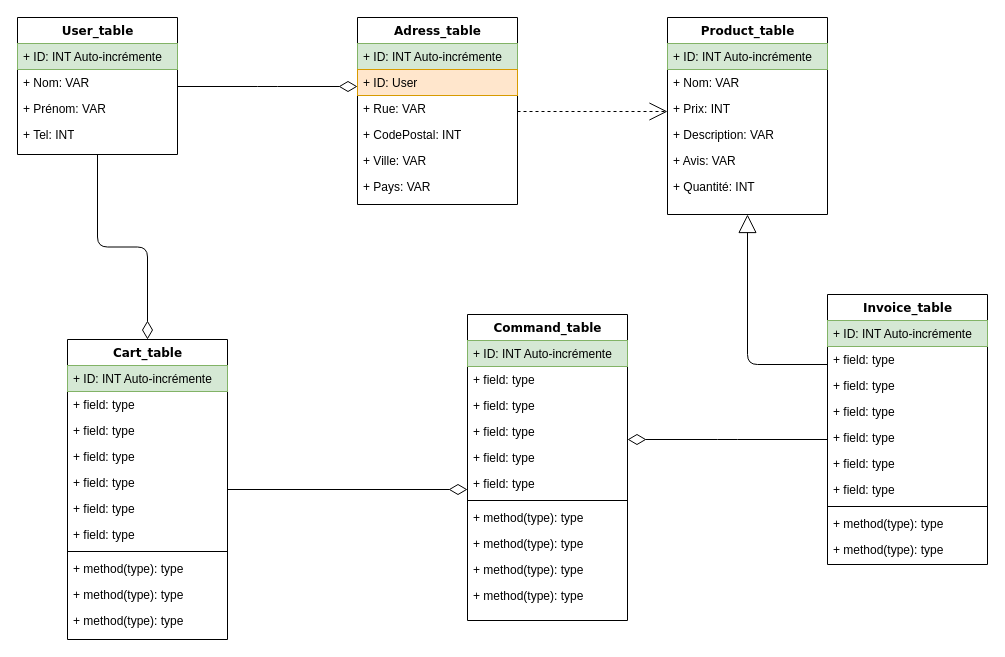
Earlier version of the draw.io diagram E-commerce.drawio (net2315/e-commerce-SQL). Source tidied: cells renumbered, new cells numbered last; positions are measured from the earlier drawing's top-left corner, leaving out a move shared by most shapes. Both pictures are drawn from the tidied source at 100%, with x=0, y=0 at pixel (17, 17).
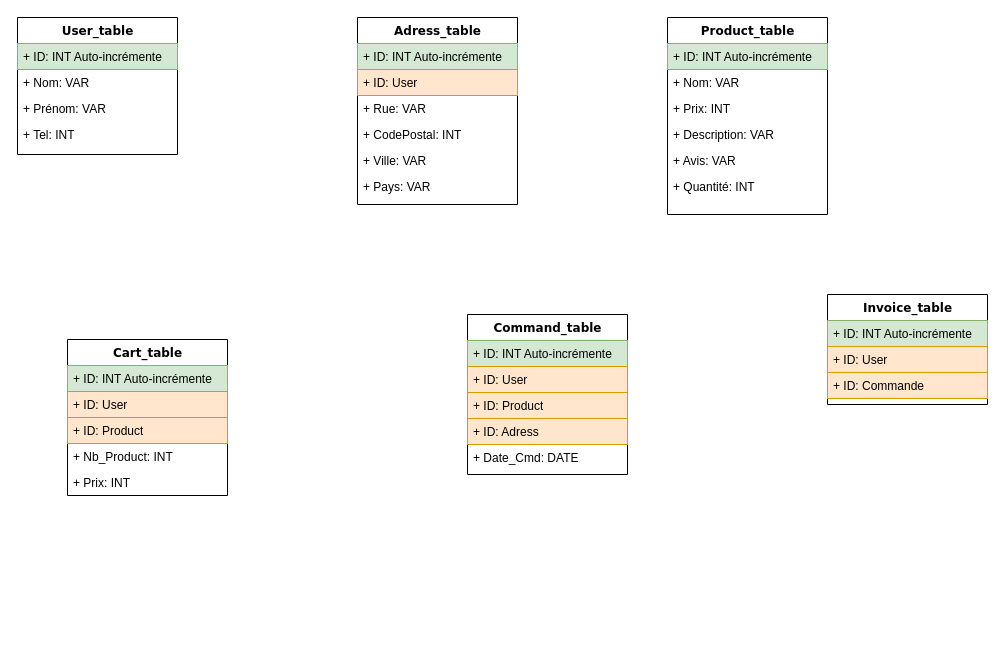
Above is the later version.

Commit message:
Finish tabble

Unchanged cells that the change refers to:
```xml
<mxCell id="3" value="User_table" style="swimlane;html=1;fontStyle=1;align=center;verticalAlign=top;horizontal=1;startSize=26;swimlaneFillColor=#ffffff;rounded=0;shadow=0;comic=0;labelBackgroundColor=none;strokeWidth=1;fillColor=none;fontFamily=Verdana;fontSize=12;" parent="1" vertex="1">
  <mxGeometry width="160" height="137" as="geometry" />
</mxCell>
<mxCell id="9" value="Adress_table" style="swimlane;html=1;fontStyle=1;align=center;verticalAlign=top;horizontal=1;startSize=26;swimlaneFillColor=#ffffff;rounded=0;shadow=0;comic=0;labelBackgroundColor=none;strokeWidth=1;fillColor=none;fontFamily=Verdana;fontSize=12;" parent="1" vertex="1">
  <mxGeometry x="340" width="160" height="187" as="geometry" />
</mxCell>
<mxCell id="16" value="Product_table" style="swimlane;html=1;fontStyle=1;align=center;verticalAlign=top;horizontal=1;startSize=26;swimlaneFillColor=#ffffff;rounded=0;shadow=0;comic=0;labelBackgroundColor=none;strokeWidth=1;fillColor=none;fontFamily=Verdana;fontSize=12;" parent="1" vertex="1">
  <mxGeometry x="650" width="160" height="197" as="geometry" />
</mxCell>
```

Change to the diagram source:
```diff
@@
-    <mxCell id="2" style="edgeStyle=orthogonalEdgeStyle;html=1;labelBackgroundColor=none;startFill=0;startSize=8;endArrow=diamondThin;endFill=0;endSize=16;fontFamily=Verdana;fontSize=12;" parent="1" edge="1" source="50" target="24">
-      <mxGeometry relative="1" as="geometry">
-        <Array as="points">
-          <mxPoint x="50" y="347" />
-          <mxPoint x="300" y="347" />
-        </Array>
-      </mxGeometry>
-    </mxCell>
@@
-    <mxCell id="8" style="edgeStyle=elbowEdgeStyle;html=1;labelBackgroundColor=none;startFill=0;startSize=8;endArrow=open;endFill=0;endSize=16;fontFamily=Verdana;fontSize=12;elbow=vertical;dashed=1;" parent="1" edge="1" source="9" target="16">
-      <mxGeometry relative="1" as="geometry" />
-    </mxCell>
@@
-    <mxCell id="23" style="edgeStyle=elbowEdgeStyle;html=1;labelBackgroundColor=none;startFill=0;startSize=8;endArrow=diamondThin;endFill=0;endSize=16;fontFamily=Verdana;fontSize=12;elbow=vertical;" parent="1" edge="1" source="37" target="24">
-      <mxGeometry relative="1" as="geometry" />
-    </mxCell>
     <mxCell id="24" value="Command_table" style="swimlane;html=1;fontStyle=1;align=center;verticalAlign=top;horizontal=1;startSize=26;swimlaneFillColor=#ffffff;rounded=0;shadow=0;comic=0;labelBackgroundColor=none;strokeWidth=1;fillColor=none;fontFamily=Verdana;fontSize=12;" parent="1" vertex="1">
-      <mxGeometry x="450" y="297" width="160" height="306" as="geometry" />
+      <mxGeometry x="450" y="297" width="160" height="160" as="geometry" />
     </mxCell>
@@
-    <mxCell id="26" value="+ field: type" style="text;html=1;strokeColor=none;fillColor=none;align=left;verticalAlign=top;spacingLeft=4;spacingRight=4;whiteSpace=wrap;overflow=hidden;" parent="24" vertex="1">
-      <mxGeometry y="52" width="160" height="26" as="geometry" />
-    </mxCell>
+    <mxCell id="62" value="+ ID: User" style="text;html=1;strokeColor=#d79b00;fillColor=#ffe6cc;align=left;verticalAlign=top;spacingLeft=4;spacingRight=4;whiteSpace=wrap;overflow=hidden;" parent="24" vertex="1">
+      <mxGeometry y="52" width="160" height="26" as="geometry" />
+    </mxCell>
+    <mxCell id="63" value="+ ID: Product" style="text;html=1;strokeColor=#d79b00;fillColor=#ffe6cc;align=left;verticalAlign=top;spacingLeft=4;spacingRight=4;whiteSpace=wrap;overflow=hidden;" parent="24" vertex="1">
+      <mxGeometry y="78" width="160" height="26" as="geometry" />
+    </mxCell>
-    <mxCell id="27" value="+ field: type" style="text;html=1;strokeColor=none;fillColor=none;align=left;verticalAlign=top;spacingLeft=4;spacingRight=4;whiteSpace=wrap;overflow=hidden;" parent="24" vertex="1">
-      <mxGeometry y="78" width="160" height="26" as="geometry" />
+    <mxCell id="27" value="+ ID: Adress" style="text;html=1;strokeColor=#d79b00;fillColor=#ffe6cc;align=left;verticalAlign=top;spacingLeft=4;spacingRight=4;whiteSpace=wrap;overflow=hidden;" parent="24" vertex="1">
+      <mxGeometry y="104" width="160" height="26" as="geometry" />
     </mxCell>
-    <mxCell id="28" value="+ field: type" style="text;html=1;strokeColor=none;fillColor=none;align=left;verticalAlign=top;spacingLeft=4;spacingRight=4;whiteSpace=wrap;overflow=hidden;" parent="24" vertex="1">
-      <mxGeometry y="104" width="160" height="26" as="geometry" />
-    </mxCell>
-    <mxCell id="29" value="+ field: type" style="text;html=1;strokeColor=none;fillColor=none;align=left;verticalAlign=top;spacingLeft=4;spacingRight=4;whiteSpace=wrap;overflow=hidden;" parent="24" vertex="1">
+    <mxCell id="29" value="+ Date_Cmd: DATE" style="text;html=1;strokeColor=none;fillColor=none;align=left;verticalAlign=top;spacingLeft=4;spacingRight=4;whiteSpace=wrap;overflow=hidden;" parent="24" vertex="1">
       <mxGeometry y="130" width="160" height="26" as="geometry" />
     </mxCell>
-    <mxCell id="30" value="+ field: type" style="text;html=1;strokeColor=none;fillColor=none;align=left;verticalAlign=top;spacingLeft=4;spacingRight=4;whiteSpace=wrap;overflow=hidden;" parent="24" vertex="1">
-      <mxGeometry y="156" width="160" height="26" as="geometry" />
-    </mxCell>
-    <mxCell id="31" style="line;html=1;strokeWidth=1;fillColor=none;align=left;verticalAlign=middle;spacingTop=-1;spacingLeft=3;spacingRight=3;labelPosition=right;" parent="24" vertex="1">
-      <mxGeometry y="182" width="160" height="8" as="geometry" />
-    </mxCell>
-    <mxCell id="32" value="+ method(type): type" style="text;html=1;strokeColor=none;fillColor=none;align=left;verticalAlign=top;spacingLeft=4;spacingRight=4;whiteSpace=wrap;overflow=hidden;" parent="24" vertex="1">
-      <mxGeometry y="190" width="160" height="26" as="geometry" />
-    </mxCell>
-    <mxCell id="33" value="+ method(type): type" style="text;html=1;strokeColor=none;fillColor=none;align=left;verticalAlign=top;spacingLeft=4;spacingRight=4;whiteSpace=wrap;overflow=hidden;" parent="24" vertex="1">
-      <mxGeometry y="216" width="160" height="26" as="geometry" />
-    </mxCell>
-    <mxCell id="34" value="+ method(type): type" style="text;html=1;strokeColor=none;fillColor=none;align=left;verticalAlign=top;spacingLeft=4;spacingRight=4;whiteSpace=wrap;overflow=hidden;" parent="24" vertex="1">
-      <mxGeometry y="242" width="160" height="26" as="geometry" />
-    </mxCell>
-    <mxCell id="35" value="+ method(type): type" style="text;html=1;strokeColor=none;fillColor=none;align=left;verticalAlign=top;spacingLeft=4;spacingRight=4;whiteSpace=wrap;overflow=hidden;" parent="24" vertex="1">
-      <mxGeometry y="268" width="160" height="26" as="geometry" />
-    </mxCell>
-    <mxCell id="36" style="edgeStyle=orthogonalEdgeStyle;html=1;labelBackgroundColor=none;startFill=0;startSize=8;endArrow=block;endFill=0;endSize=16;fontFamily=Verdana;fontSize=12;" parent="1" edge="1" source="37" target="16">
-      <mxGeometry relative="1" as="geometry">
-        <Array as="points">
-          <mxPoint x="730" y="347" />
-        </Array>
-      </mxGeometry>
-    </mxCell>
     <mxCell id="37" value="Invoice_table" style="swimlane;html=1;fontStyle=1;align=center;verticalAlign=top;horizontal=1;startSize=26;swimlaneFillColor=#ffffff;rounded=0;shadow=0;comic=0;labelBackgroundColor=none;strokeWidth=1;fillColor=none;fontFamily=Verdana;fontSize=12;" parent="1" vertex="1">
-      <mxGeometry x="810" y="277" width="160" height="270" as="geometry" />
+      <mxGeometry x="810" y="277" width="160" height="110" as="geometry" />
     </mxCell>
@@
+    <mxCell id="64" value="+ ID: User" style="text;html=1;strokeColor=#d79b00;fillColor=#ffe6cc;align=left;verticalAlign=top;spacingLeft=4;spacingRight=4;whiteSpace=wrap;overflow=hidden;" parent="37" vertex="1">
+      <mxGeometry y="52" width="160" height="26" as="geometry" />
+    </mxCell>
-    <mxCell id="39" value="+ field: type" style="text;html=1;strokeColor=none;fillColor=none;align=left;verticalAlign=top;spacingLeft=4;spacingRight=4;whiteSpace=wrap;overflow=hidden;" parent="37" vertex="1">
-      <mxGeometry y="52" width="160" height="26" as="geometry" />
+    <mxCell id="39" value="+ ID: Commande" style="text;html=1;strokeColor=#d79b00;fillColor=#ffe6cc;align=left;verticalAlign=top;spacingLeft=4;spacingRight=4;whiteSpace=wrap;overflow=hidden;" parent="37" vertex="1">
+      <mxGeometry y="78" width="160" height="26" as="geometry" />
     </mxCell>
-    <mxCell id="40" value="+ field: type" style="text;html=1;strokeColor=none;fillColor=none;align=left;verticalAlign=top;spacingLeft=4;spacingRight=4;whiteSpace=wrap;overflow=hidden;" parent="37" vertex="1">
-      <mxGeometry y="78" width="160" height="26" as="geometry" />
-    </mxCell>
-    <mxCell id="41" value="+ field: type" style="text;html=1;strokeColor=none;fillColor=none;align=left;verticalAlign=top;spacingLeft=4;spacingRight=4;whiteSpace=wrap;overflow=hidden;" parent="37" vertex="1">
-      <mxGeometry y="104" width="160" height="26" as="geometry" />
-    </mxCell>
-    <mxCell id="42" value="+ field: type" style="text;html=1;strokeColor=none;fillColor=none;align=left;verticalAlign=top;spacingLeft=4;spacingRight=4;whiteSpace=wrap;overflow=hidden;" parent="37" vertex="1">
-      <mxGeometry y="130" width="160" height="26" as="geometry" />
-    </mxCell>
-    <mxCell id="43" value="+ field: type" style="text;html=1;strokeColor=none;fillColor=none;align=left;verticalAlign=top;spacingLeft=4;spacingRight=4;whiteSpace=wrap;overflow=hidden;" parent="37" vertex="1">
-      <mxGeometry y="156" width="160" height="26" as="geometry" />
-    </mxCell>
-    <mxCell id="44" value="+ field: type" style="text;html=1;strokeColor=none;fillColor=none;align=left;verticalAlign=top;spacingLeft=4;spacingRight=4;whiteSpace=wrap;overflow=hidden;" parent="37" vertex="1">
-      <mxGeometry y="182" width="160" height="26" as="geometry" />
-    </mxCell>
-    <mxCell id="45" style="line;html=1;strokeWidth=1;fillColor=none;align=left;verticalAlign=middle;spacingTop=-1;spacingLeft=3;spacingRight=3;labelPosition=right;" parent="37" vertex="1">
-      <mxGeometry y="208" width="160" height="8" as="geometry" />
-    </mxCell>
-    <mxCell id="46" value="+ method(type): type" style="text;html=1;strokeColor=none;fillColor=none;align=left;verticalAlign=top;spacingLeft=4;spacingRight=4;whiteSpace=wrap;overflow=hidden;" parent="37" vertex="1">
-      <mxGeometry y="216" width="160" height="26" as="geometry" />
-    </mxCell>
-    <mxCell id="47" value="+ method(type): type" style="text;html=1;strokeColor=none;fillColor=none;align=left;verticalAlign=top;spacingLeft=4;spacingRight=4;whiteSpace=wrap;overflow=hidden;" parent="37" vertex="1">
-      <mxGeometry y="242" width="160" height="26" as="geometry" />
-    </mxCell>
-    <mxCell id="48" style="edgeStyle=elbowEdgeStyle;html=1;labelBackgroundColor=none;startFill=0;startSize=8;endArrow=diamondThin;endFill=0;endSize=16;fontFamily=Verdana;fontSize=12;elbow=vertical;" parent="1" edge="1" source="3" target="9">
-      <mxGeometry relative="1" as="geometry" />
-    </mxCell>
-    <mxCell id="49" style="edgeStyle=orthogonalEdgeStyle;html=1;labelBackgroundColor=none;startFill=0;startSize=8;endArrow=diamondThin;endFill=0;endSize=16;fontFamily=Verdana;fontSize=12;" parent="1" edge="1" source="3" target="50">
-      <mxGeometry relative="1" as="geometry" />
-    </mxCell>
     <mxCell id="50" value="Cart_table" style="swimlane;html=1;fontStyle=1;align=center;verticalAlign=top;horizontal=1;startSize=26;swimlaneFillColor=#ffffff;rounded=0;shadow=0;comic=0;labelBackgroundColor=none;strokeWidth=1;fillColor=none;fontFamily=Verdana;fontSize=12;" parent="1" vertex="1">
-      <mxGeometry x="50" y="322" width="160" height="300" as="geometry" />
+      <mxGeometry x="50" y="322" width="160" height="156" as="geometry" />
     </mxCell>
@@
-    <mxCell id="52" value="+ field: type" style="text;html=1;strokeColor=none;fillColor=none;align=left;verticalAlign=top;spacingLeft=4;spacingRight=4;whiteSpace=wrap;overflow=hidden;" parent="50" vertex="1">
+    <mxCell id="52" value="+ ID: User" style="text;html=1;strokeColor=#d79b00;fillColor=#ffe6cc;align=left;verticalAlign=top;spacingLeft=4;spacingRight=4;whiteSpace=wrap;overflow=hidden;" parent="50" vertex="1">
       <mxGeometry y="52" width="160" height="26" as="geometry" />
     </mxCell>
-    <mxCell id="53" value="+ field: type" style="text;html=1;strokeColor=none;fillColor=none;align=left;verticalAlign=top;spacingLeft=4;spacingRight=4;whiteSpace=wrap;overflow=hidden;" parent="50" vertex="1">
+    <mxCell id="53" value="+ ID: Product" style="text;html=1;strokeColor=#d79b00;fillColor=#ffe6cc;align=left;verticalAlign=top;spacingLeft=4;spacingRight=4;whiteSpace=wrap;overflow=hidden;" parent="50" vertex="1">
       <mxGeometry y="78" width="160" height="26" as="geometry" />
     </mxCell>
-    <mxCell id="54" value="+ field: type" style="text;html=1;strokeColor=none;fillColor=none;align=left;verticalAlign=top;spacingLeft=4;spacingRight=4;whiteSpace=wrap;overflow=hidden;" parent="50" vertex="1">
+    <mxCell id="54" value="+ Nb_Product: INT" style="text;html=1;strokeColor=none;fillColor=none;align=left;verticalAlign=top;spacingLeft=4;spacingRight=4;whiteSpace=wrap;overflow=hidden;" parent="50" vertex="1">
       <mxGeometry y="104" width="160" height="26" as="geometry" />
     </mxCell>
-    <mxCell id="55" value="+ field: type" style="text;html=1;strokeColor=none;fillColor=none;align=left;verticalAlign=top;spacingLeft=4;spacingRight=4;whiteSpace=wrap;overflow=hidden;" parent="50" vertex="1">
+    <mxCell id="55" value="+ Prix: INT" style="text;html=1;strokeColor=none;fillColor=none;align=left;verticalAlign=top;spacingLeft=4;spacingRight=4;whiteSpace=wrap;overflow=hidden;" parent="50" vertex="1">
       <mxGeometry y="130" width="160" height="26" as="geometry" />
     </mxCell>
-    <mxCell id="56" value="+ field: type" style="text;html=1;strokeColor=none;fillColor=none;align=left;verticalAlign=top;spacingLeft=4;spacingRight=4;whiteSpace=wrap;overflow=hidden;" parent="50" vertex="1">
-      <mxGeometry y="156" width="160" height="26" as="geometry" />
-    </mxCell>
-    <mxCell id="57" value="+ field: type" style="text;html=1;strokeColor=none;fillColor=none;align=left;verticalAlign=top;spacingLeft=4;spacingRight=4;whiteSpace=wrap;overflow=hidden;" parent="50" vertex="1">
-      <mxGeometry y="182" width="160" height="26" as="geometry" />
-    </mxCell>
-    <mxCell id="58" style="line;html=1;strokeWidth=1;fillColor=none;align=left;verticalAlign=middle;spacingTop=-1;spacingLeft=3;spacingRight=3;labelPosition=right;" parent="50" vertex="1">
-      <mxGeometry y="208" width="160" height="8" as="geometry" />
-    </mxCell>
-    <mxCell id="59" value="+ method(type): type" style="text;html=1;strokeColor=none;fillColor=none;align=left;verticalAlign=top;spacingLeft=4;spacingRight=4;whiteSpace=wrap;overflow=hidden;" parent="50" vertex="1">
-      <mxGeometry y="216" width="160" height="26" as="geometry" />
-    </mxCell>
-    <mxCell id="60" value="+ method(type): type" style="text;html=1;strokeColor=none;fillColor=none;align=left;verticalAlign=top;spacingLeft=4;spacingRight=4;whiteSpace=wrap;overflow=hidden;" parent="50" vertex="1">
-      <mxGeometry y="242" width="160" height="26" as="geometry" />
-    </mxCell>
-    <mxCell id="61" value="+ method(type): type" style="text;html=1;strokeColor=none;fillColor=none;align=left;verticalAlign=top;spacingLeft=4;spacingRight=4;whiteSpace=wrap;overflow=hidden;" parent="50" vertex="1">
-      <mxGeometry y="268" width="160" height="26" as="geometry" />
-    </mxCell>
```
